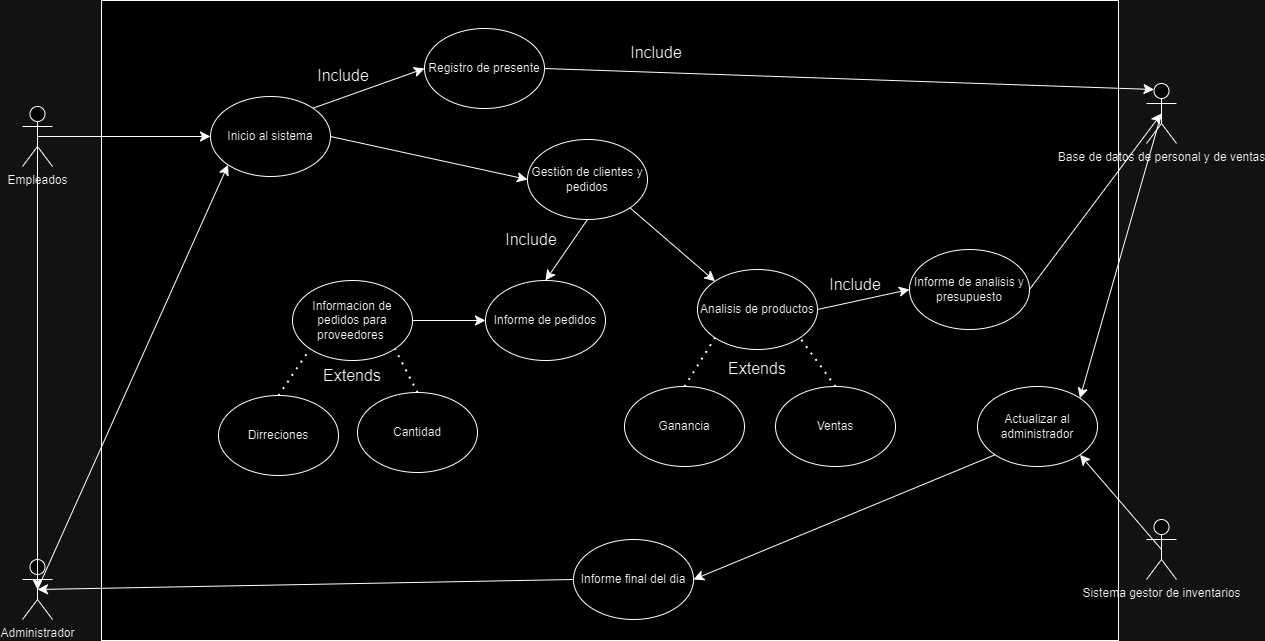
The draw.io diagram Caso-de-uso-pi.drawio.png in Jairo-Carbajal/Proyecto-Integrador, before a commit. Source tidied: cells renumbered, new cells last; positions are measured from the earlier drawing's top-left corner, leaving out a move shared by most shapes.
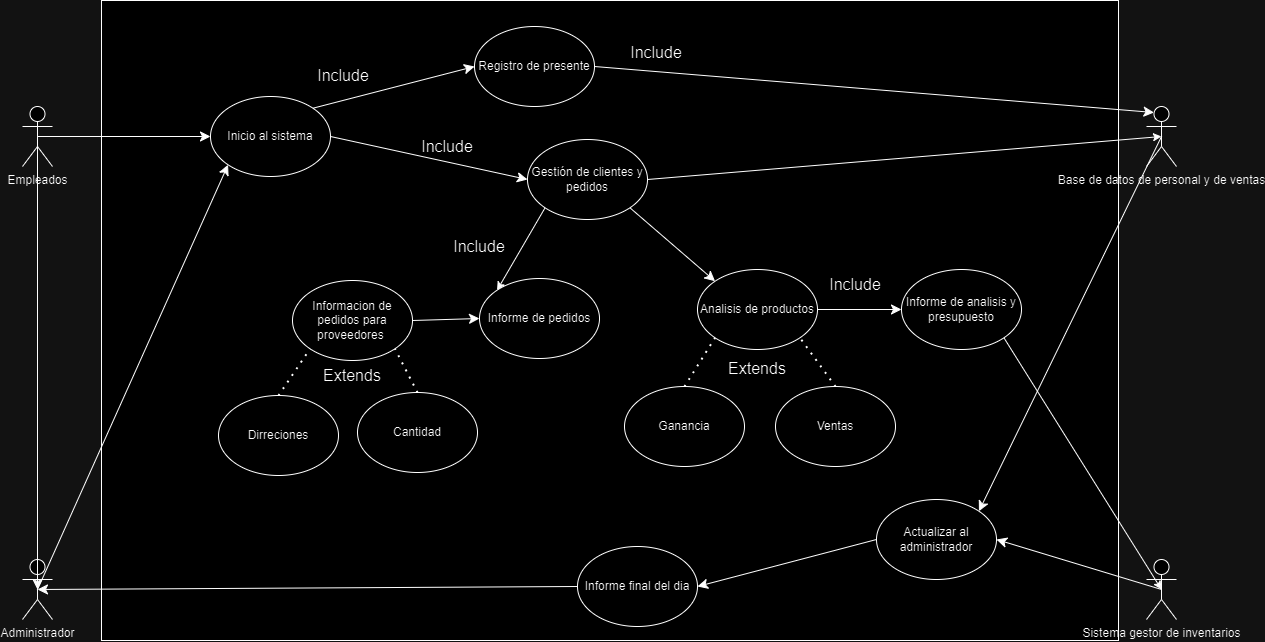
After the commit.

Diff of the diagram source:
```diff
@@ -12,10 +12,10 @@
       <mxGeometry y="559" width="30" height="60" as="geometry" />
     </mxCell>
     <mxCell id="5" value="Sistema gestor de inventarios" style="shape=umlActor;verticalLabelPosition=bottom;verticalAlign=top;html=1;outlineConnect=0;" parent="1" vertex="1">
-      <mxGeometry x="1124" y="519" width="30" height="60" as="geometry" />
+      <mxGeometry x="1124" y="559" width="30" height="60" as="geometry" />
     </mxCell>
     <mxCell id="6" value="Base de datos de personal y de ventas" style="shape=umlActor;verticalLabelPosition=bottom;verticalAlign=top;html=1;outlineConnect=0;" parent="1" vertex="1">
-      <mxGeometry x="1124" y="83" width="30" height="60" as="geometry" />
+      <mxGeometry x="1124" y="106" width="30" height="60" as="geometry" />
     </mxCell>
     <mxCell id="7" value="Gestión de clientes y pedidos" style="ellipse;whiteSpace=wrap;html=1;" parent="1" vertex="1">
       <mxGeometry x="505" y="139" width="120" height="80" as="geometry" />
@@ -33,7 +33,7 @@
       <mxGeometry x="270" y="280" width="120" height="80" as="geometry" />
     </mxCell>
     <mxCell id="12" value="Informe de pedidos" style="ellipse;whiteSpace=wrap;html=1;" parent="1" vertex="1">
-      <mxGeometry x="463" y="280" width="120" height="80" as="geometry" />
+      <mxGeometry x="457" y="278" width="120" height="80" as="geometry" />
     </mxCell>
     <mxCell id="13" value="Dirreciones" style="ellipse;whiteSpace=wrap;html=1;" parent="1" vertex="1">
       <mxGeometry x="196" y="395" width="120" height="80" as="geometry" />
@@ -42,7 +42,7 @@
       <mxGeometry x="675" y="269" width="120" height="80" as="geometry" />
     </mxCell>
     <mxCell id="15" value="Informe de analisis y presupuesto" style="ellipse;whiteSpace=wrap;html=1;" parent="1" vertex="1">
-      <mxGeometry x="887" y="249" width="120" height="80" as="geometry" />
+      <mxGeometry x="879" y="269" width="120" height="80" as="geometry" />
     </mxCell>
     <mxCell id="16" value="Cantidad" style="ellipse;whiteSpace=wrap;html=1;" parent="1" vertex="1">
       <mxGeometry x="335" y="392" width="120" height="80" as="geometry" />
@@ -51,7 +51,7 @@
       <mxGeometry relative="1" as="geometry" />
     </mxCell>
     <mxCell id="18" value="Registro de presente" style="ellipse;whiteSpace=wrap;html=1;" parent="1" vertex="1">
-      <mxGeometry x="402" y="28" width="120" height="80" as="geometry" />
+      <mxGeometry x="452" y="26" width="120" height="80" as="geometry" />
     </mxCell>
     <mxCell id="19" style="endArrow=classic;html=1;rounded=0;fontSize=12;startSize=8;endSize=8;curved=1;exitX=0.5;exitY=0.5;exitDx=0;exitDy=0;exitPerimeter=0;entryX=0;entryY=1;entryDx=0;entryDy=0;" parent="1" edge="1" source="4" target="10">
       <mxGeometry relative="1" as="geometry" />
@@ -65,13 +65,10 @@
     <mxCell id="22" style="endArrow=classic;html=1;rounded=0;fontSize=12;startSize=8;endSize=8;curved=1;exitX=1;exitY=0.5;exitDx=0;exitDy=0;entryX=0.25;entryY=0.1;entryDx=0;entryDy=0;entryPerimeter=0;" parent="1" edge="1" source="18" target="6">
       <mxGeometry relative="1" as="geometry" />
     </mxCell>
-    <mxCell id="23" style="endArrow=classic;html=1;rounded=0;fontSize=12;startSize=8;endSize=8;curved=1;exitX=1;exitY=0.5;exitDx=0;exitDy=0;entryX=0.5;entryY=0.5;entryDx=0;entryDy=0;entryPerimeter=0;" parent="1" edge="1" source="15" target="6">
-      <mxGeometry relative="1" as="geometry" />
-    </mxCell>
     <mxCell id="24" value="Actualizar al administrador" style="ellipse;whiteSpace=wrap;html=1;" parent="1" vertex="1">
-      <mxGeometry x="955" y="386" width="120" height="80" as="geometry" />
+      <mxGeometry x="854" y="499" width="120" height="80" as="geometry" />
     </mxCell>
-    <mxCell id="25" style="endArrow=classic;html=1;rounded=0;fontSize=12;startSize=8;endSize=8;curved=1;entryX=1;entryY=1;entryDx=0;entryDy=0;exitX=0.5;exitY=0.5;exitDx=0;exitDy=0;exitPerimeter=0;" parent="1" edge="1" source="5" target="24">
+    <mxCell id="25" style="endArrow=classic;html=1;rounded=0;fontSize=12;startSize=8;endSize=8;curved=1;entryX=1;entryY=0.5;entryDx=0;entryDy=0;exitX=0.5;exitY=0.5;exitDx=0;exitDy=0;exitPerimeter=0;" parent="1" edge="1" source="5" target="24">
       <mxGeometry relative="1" as="geometry" />
     </mxCell>
     <mxCell id="26" style="endArrow=classic;html=1;rounded=0;fontSize=12;startSize=8;endSize=8;curved=1;exitX=0.5;exitY=0.5;exitDx=0;exitDy=0;exitPerimeter=0;entryX=1;entryY=0;entryDx=0;entryDy=0;" parent="1" edge="1" source="6" target="24">
@@ -101,13 +98,10 @@
     <mxCell id="34" style="endArrow=classic;html=1;rounded=0;fontSize=12;startSize=8;endSize=8;curved=1;exitX=1;exitY=0.5;exitDx=0;exitDy=0;entryX=0;entryY=0.5;entryDx=0;entryDy=0;" parent="1" edge="1" source="11" target="12">
       <mxGeometry relative="1" as="geometry" />
     </mxCell>
-    <mxCell id="35" style="endArrow=classic;html=1;rounded=0;fontSize=12;startSize=8;endSize=8;curved=1;exitX=0.5;exitY=1;exitDx=0;exitDy=0;entryX=0.5;entryY=0;entryDx=0;entryDy=0;" parent="1" edge="1" source="7" target="12">
-      <mxGeometry relative="1" as="geometry" />
-    </mxCell>
     <mxCell id="36" value="Informe final del dia" style="ellipse;whiteSpace=wrap;html=1;" parent="1" vertex="1">
-      <mxGeometry x="551" y="539" width="120" height="80" as="geometry" />
+      <mxGeometry x="555" y="546" width="120" height="80" as="geometry" />
     </mxCell>
-    <mxCell id="37" style="endArrow=classic;html=1;rounded=0;fontSize=12;startSize=8;endSize=8;curved=1;exitX=0;exitY=1;exitDx=0;exitDy=0;entryX=1;entryY=0.5;entryDx=0;entryDy=0;" parent="1" edge="1" source="24" target="36">
+    <mxCell id="37" style="endArrow=classic;html=1;rounded=0;fontSize=12;startSize=8;endSize=8;curved=1;exitX=0;exitY=0.5;exitDx=0;exitDy=0;entryX=1;entryY=0.5;entryDx=0;entryDy=0;" parent="1" edge="1" source="24" target="36">
       <mxGeometry relative="1" as="geometry" />
     </mxCell>
     <mxCell id="38" style="endArrow=classic;html=1;rounded=0;fontSize=12;startSize=8;endSize=8;curved=1;entryX=0.5;entryY=0.5;entryDx=0;entryDy=0;entryPerimeter=0;exitX=0;exitY=0.5;exitDx=0;exitDy=0;" parent="1" edge="1" source="36" target="4">
@@ -129,7 +123,19 @@
       <mxGeometry x="803" y="269" width="60" height="30" as="geometry" />
     </mxCell>
     <mxCell id="44" value="Include" style="text;html=1;align=center;verticalAlign=middle;whiteSpace=wrap;rounded=0;fontSize=16;" parent="1" vertex="1">
-      <mxGeometry x="479" y="224" width="60" height="30" as="geometry" />
+      <mxGeometry x="427" y="231" width="60" height="30" as="geometry" />
     </mxCell>
+    <mxCell id="45" value="Include" style="text;html=1;align=center;verticalAlign=middle;whiteSpace=wrap;rounded=0;fontSize=16;" parent="1" vertex="1">
+      <mxGeometry x="395" y="131" width="60" height="30" as="geometry" />
+    </mxCell>
+    <mxCell id="46" style="endArrow=classic;html=1;rounded=0;exitX=1;exitY=1;exitDx=0;exitDy=0;entryX=0.5;entryY=0.5;entryDx=0;entryDy=0;entryPerimeter=0;" parent="1" edge="1" source="15" target="5">
+      <mxGeometry relative="1" as="geometry" />
+    </mxCell>
+    <mxCell id="47" style="endArrow=classic;html=1;rounded=0;exitX=1;exitY=0.5;exitDx=0;exitDy=0;entryX=0.5;entryY=0.5;entryDx=0;entryDy=0;entryPerimeter=0;" parent="1" edge="1" source="7" target="6">
+      <mxGeometry relative="1" as="geometry" />
+    </mxCell>
+    <mxCell id="35" style="endArrow=classic;html=1;rounded=0;exitX=0;exitY=1;exitDx=0;exitDy=0;entryX=0;entryY=0;entryDx=0;entryDy=0;" parent="1" edge="1" source="7" target="12">
+      <mxGeometry relative="1" as="geometry" />
+    </mxCell>
   </root>
 </mxGraphModel>
```
